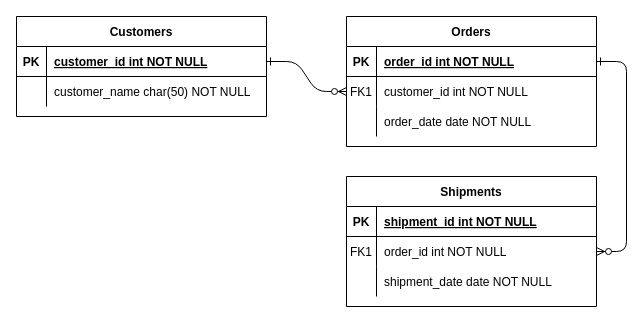
The draw.io diagram Untitled Diagram.drawio in omar068/fundamentos_bd, before the edit. Source tidied: cells renumbered, new cells numbered last; positions are measured from the earlier drawing's top-left corner, leaving out a move shared by most shapes. Both pictures are drawn from the tidied source at 100%, with x=0, y=0 at pixel (16, 16).
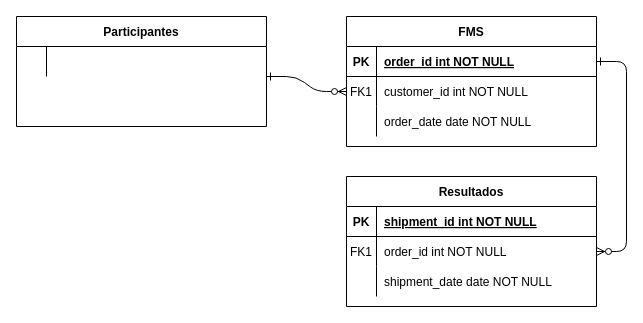
After the change.

The change refers to these unchanged cells:
```xml
<mxCell id="8" style="shape=partialRectangle;fillColor=none;points=[[0,0.5],[1,0.5]];portConstraint=eastwest;top=0;left=0;right=0;bottom=0;" parent="4" vertex="1">
  <mxGeometry y="60" width="250" height="30" as="geometry" />
</mxCell>
```

Diff of the diagram source:
```diff
@@
-    <mxCell id="2" style="edgeStyle=entityRelationEdgeStyle;endArrow=ERzeroToMany;startArrow=ERone;endFill=1;startFill=0;" parent="1" edge="1" source="25" target="8">
-      <mxGeometry relative="1" as="geometry" />
+    <mxCell id="2" style="edgeStyle=entityRelationEdgeStyle;endArrow=ERzeroToMany;startArrow=ERone;endFill=1;startFill=0;" parent="1" edge="1" target="8">
+      <mxGeometry relative="1" as="geometry">
+        <mxPoint x="250" y="60" as="sourcePoint" />
+      </mxGeometry>
     </mxCell>
@@
-    <mxCell id="4" value="Orders" style="shape=table;startSize=30;childLayout=tableLayout;rowLines=0;fontStyle=1;align=center;" parent="1" vertex="1">
+    <mxCell id="4" value="FMS" style="shape=table;startSize=30;childLayout=tableLayout;rowLines=0;fontStyle=1;align=center;" parent="1" vertex="1">
       <mxGeometry x="330" width="250" height="130" as="geometry" />
     </mxCell>
@@
-    <mxCell id="14" value="Shipments" style="shape=table;startSize=30;childLayout=tableLayout;rowLines=0;fontStyle=1;align=center;" parent="1" vertex="1">
+    <mxCell id="14" value="Resultados" style="shape=table;startSize=30;childLayout=tableLayout;rowLines=0;fontStyle=1;align=center;" parent="1" vertex="1">
       <mxGeometry x="330" y="160" width="250" height="130" as="geometry" />
     </mxCell>
@@
-    <mxCell id="24" value="Customers" style="shape=table;startSize=30;childLayout=tableLayout;rowLines=0;fontStyle=1;align=center;" parent="1" vertex="1">
-      <mxGeometry width="250" height="100" as="geometry" />
+    <mxCell id="24" value="Participantes" style="shape=table;startSize=30;childLayout=tableLayout;rowLines=0;fontStyle=1;align=center;" parent="1" vertex="1">
+      <mxGeometry width="250" height="110" as="geometry" />
     </mxCell>
-    <mxCell id="25" style="shape=partialRectangle;fillColor=none;points=[[0,0.5],[1,0.5]];portConstraint=eastwest;top=0;left=0;right=0;bottom=1;" parent="24" vertex="1">
-      <mxGeometry y="30" width="250" height="30" as="geometry" />
-    </mxCell>
-    <mxCell id="26" value="PK" style="shape=partialRectangle;overflow=hidden;fillColor=none;top=0;left=0;bottom=0;right=0;fontStyle=1;" parent="25" vertex="1">
-      <mxGeometry width="30" height="30" as="geometry" />
-    </mxCell>
-    <mxCell id="27" value="customer_id int NOT NULL " style="shape=partialRectangle;overflow=hidden;fillColor=none;top=0;left=0;bottom=0;right=0;align=left;spacingLeft=6;fontStyle=5;" parent="25" vertex="1">
-      <mxGeometry x="30" width="220" height="30" as="geometry" />
-    </mxCell>
     <mxCell id="28" style="shape=partialRectangle;fillColor=none;top=0;left=0;right=0;bottom=0;" parent="24" vertex="1">
-      <mxGeometry y="60" width="250" height="30" as="geometry" />
+      <mxGeometry y="30" width="250" height="30" as="geometry" />
     </mxCell>
@@
-    <mxCell id="30" value="customer_name char(50) NOT NULL" style="shape=partialRectangle;overflow=hidden;fillColor=none;top=0;left=0;bottom=0;right=0;align=left;spacingLeft=6;" parent="28" vertex="1">
+    <mxCell id="30" style="shape=partialRectangle;overflow=hidden;fillColor=none;top=0;left=0;bottom=0;right=0;align=left;spacingLeft=6;" parent="28" vertex="1">
       <mxGeometry x="30" width="220" height="30" as="geometry" />
     </mxCell>
```
